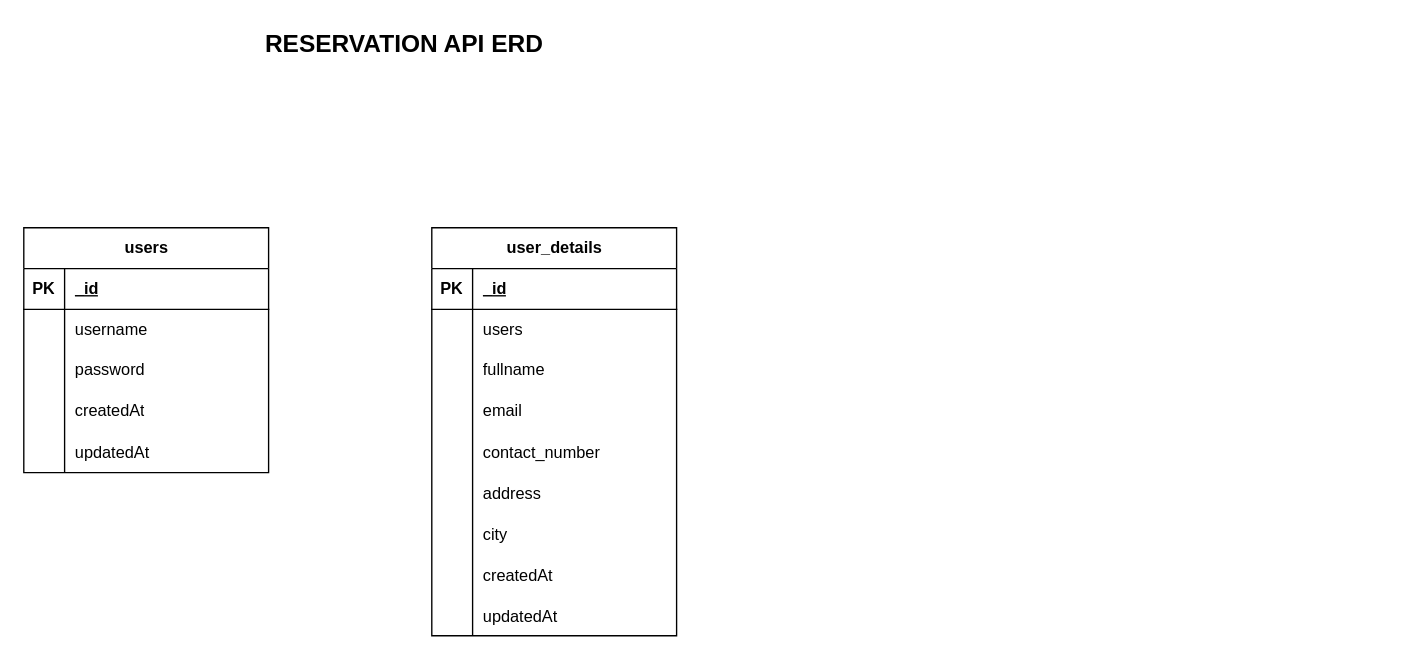
Above: Reservation-API-ERD.drawio in Jay200123/Reservation-API (draw.io), before the change. Source tidied: cells renumbered, new cells numbered last; positions are measured from the earlier drawing's top-left corner, leaving out a move shared by most shapes. Both pictures are drawn from the tidied source at 136%, with x=0, y=0 at pixel (23, 23).
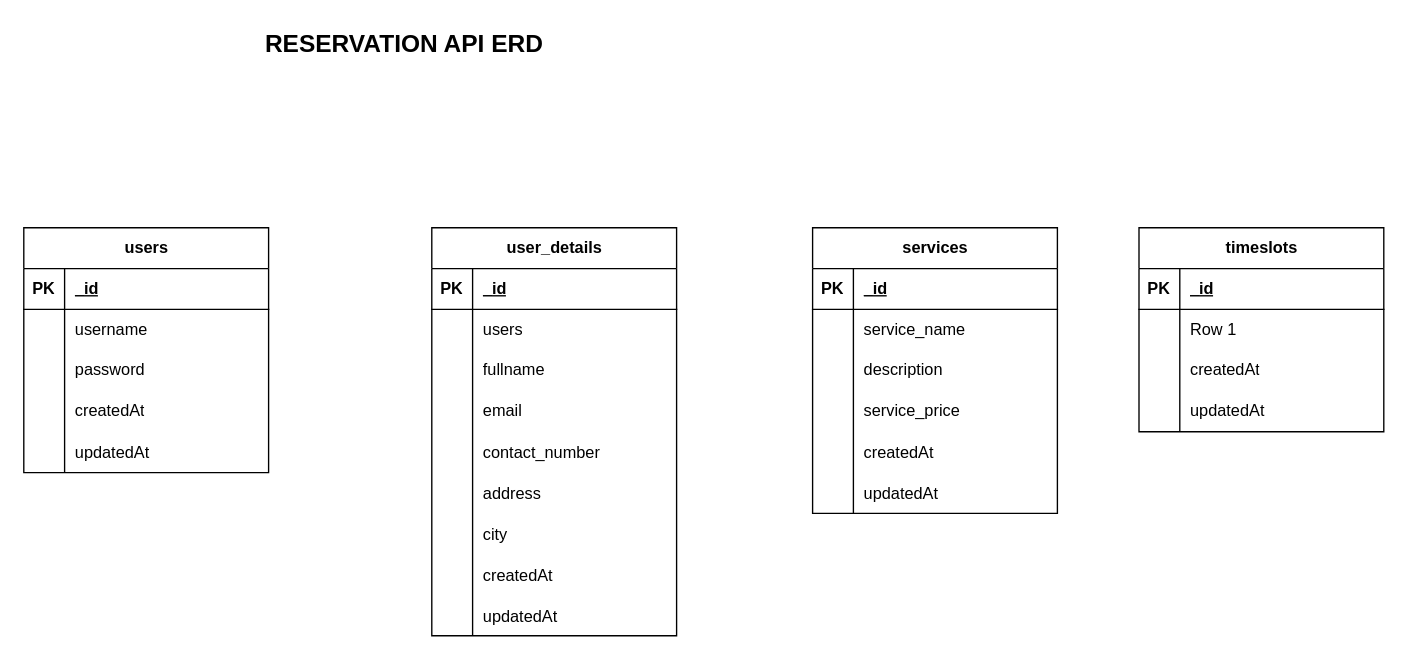
Above is the later version.

Commit message:
Changed Reservation API ERD

Change to the diagram source:
```diff
@@
+    <mxCell id="47" value="services" style="shape=table;startSize=30;childLayout=tableLayout;rowLines=0;fontStyle=1;align=center;html=1;" parent="1" vertex="1">
+      <mxGeometry x="580" y="150" width="180" height="210" as="geometry" />
+    </mxCell>
+    <mxCell id="48" style="shape=tableRow;horizontal=0;startSize=0;swimlaneHead=0;swimlaneBody=0;fillColor=none;top=0;left=0;right=0;bottom=1;" parent="47" vertex="1">
+      <mxGeometry y="30" width="180" height="30" as="geometry" />
+    </mxCell>
+    <mxCell id="49" value="PK" style="shape=partialRectangle;fillColor=none;top=0;left=0;bottom=0;right=0;fontStyle=1;overflow=hidden;whiteSpace=wrap;html=1;" parent="48" vertex="1">
+      <mxGeometry width="30" height="30" as="geometry" />
+    </mxCell>
+    <mxCell id="50" value="_id" style="shape=partialRectangle;fillColor=none;top=0;left=0;bottom=0;right=0;align=left;spacingLeft=6;fontStyle=5;overflow=hidden;whiteSpace=wrap;html=1;" parent="48" vertex="1">
+      <mxGeometry x="30" width="150" height="30" as="geometry" />
+    </mxCell>
+    <mxCell id="51" style="shape=tableRow;horizontal=0;startSize=0;swimlaneHead=0;swimlaneBody=0;fillColor=none;top=0;left=0;right=0;bottom=0;" parent="47" vertex="1">
+      <mxGeometry y="60" width="180" height="30" as="geometry" />
+    </mxCell>
+    <mxCell id="52" style="shape=partialRectangle;fillColor=none;top=0;left=0;bottom=0;right=0;overflow=hidden;whiteSpace=wrap;html=1;" parent="51" vertex="1">
+      <mxGeometry width="30" height="30" as="geometry" />
+    </mxCell>
+    <mxCell id="53" value="service_name" style="shape=partialRectangle;fillColor=none;top=0;left=0;bottom=0;right=0;align=left;spacingLeft=6;overflow=hidden;whiteSpace=wrap;html=1;" parent="51" vertex="1">
+      <mxGeometry x="30" width="150" height="30" as="geometry" />
+    </mxCell>
+    <mxCell id="54" style="shape=tableRow;horizontal=0;startSize=0;swimlaneHead=0;swimlaneBody=0;fillColor=none;top=0;left=0;right=0;bottom=0;" parent="47" vertex="1">
+      <mxGeometry y="90" width="180" height="30" as="geometry" />
+    </mxCell>
+    <mxCell id="55" style="shape=partialRectangle;fillColor=none;top=0;left=0;bottom=0;right=0;overflow=hidden;whiteSpace=wrap;html=1;" parent="54" vertex="1">
+      <mxGeometry width="30" height="30" as="geometry" />
+    </mxCell>
+    <mxCell id="56" value="description" style="shape=partialRectangle;fillColor=none;top=0;left=0;bottom=0;right=0;align=left;spacingLeft=6;overflow=hidden;whiteSpace=wrap;html=1;" parent="54" vertex="1">
+      <mxGeometry x="30" width="150" height="30" as="geometry" />
+    </mxCell>
+    <mxCell id="57" style="shape=tableRow;horizontal=0;startSize=0;swimlaneHead=0;swimlaneBody=0;fillColor=none;top=0;left=0;right=0;bottom=0;" parent="47" vertex="1">
+      <mxGeometry y="120" width="180" height="30" as="geometry" />
+    </mxCell>
+    <mxCell id="58" style="shape=partialRectangle;fillColor=none;top=0;left=0;bottom=0;right=0;overflow=hidden;whiteSpace=wrap;html=1;" parent="57" vertex="1">
+      <mxGeometry width="30" height="30" as="geometry" />
+    </mxCell>
+    <mxCell id="59" value="service_price" style="shape=partialRectangle;fillColor=none;top=0;left=0;bottom=0;right=0;align=left;spacingLeft=6;overflow=hidden;whiteSpace=wrap;html=1;" parent="57" vertex="1">
+      <mxGeometry x="30" width="150" height="30" as="geometry" />
+    </mxCell>
+    <mxCell id="60" style="shape=tableRow;horizontal=0;startSize=0;swimlaneHead=0;swimlaneBody=0;fillColor=none;top=0;left=0;right=0;bottom=0;" parent="47" vertex="1">
+      <mxGeometry y="150" width="180" height="30" as="geometry" />
+    </mxCell>
+    <mxCell id="61" style="shape=partialRectangle;fillColor=none;top=0;left=0;bottom=0;right=0;overflow=hidden;" parent="60" vertex="1">
+      <mxGeometry width="30" height="30" as="geometry" />
+    </mxCell>
+    <mxCell id="62" value="createdAt" style="shape=partialRectangle;fillColor=none;top=0;left=0;bottom=0;right=0;align=left;spacingLeft=6;overflow=hidden;" parent="60" vertex="1">
+      <mxGeometry x="30" width="150" height="30" as="geometry" />
+    </mxCell>
+    <mxCell id="63" style="shape=tableRow;horizontal=0;startSize=0;swimlaneHead=0;swimlaneBody=0;fillColor=none;top=0;left=0;right=0;bottom=0;" parent="47" vertex="1">
+      <mxGeometry y="180" width="180" height="30" as="geometry" />
+    </mxCell>
+    <mxCell id="64" style="shape=partialRectangle;fillColor=none;top=0;left=0;bottom=0;right=0;overflow=hidden;" parent="63" vertex="1">
+      <mxGeometry width="30" height="30" as="geometry" />
+    </mxCell>
+    <mxCell id="65" value="updatedAt" style="shape=partialRectangle;fillColor=none;top=0;left=0;bottom=0;right=0;align=left;spacingLeft=6;overflow=hidden;" parent="63" vertex="1">
+      <mxGeometry x="30" width="150" height="30" as="geometry" />
+    </mxCell>
+    <mxCell id="66" value="timeslots" style="shape=table;startSize=30;childLayout=tableLayout;rowLines=0;fontStyle=1;align=center;html=1;" parent="1" vertex="1">
+      <mxGeometry x="820" y="150" width="180" height="150" as="geometry" />
+    </mxCell>
+    <mxCell id="67" style="shape=tableRow;horizontal=0;startSize=0;swimlaneHead=0;swimlaneBody=0;fillColor=none;top=0;left=0;right=0;bottom=1;" parent="66" vertex="1">
+      <mxGeometry y="30" width="180" height="30" as="geometry" />
+    </mxCell>
+    <mxCell id="68" value="PK" style="shape=partialRectangle;fillColor=none;top=0;left=0;bottom=0;right=0;fontStyle=1;overflow=hidden;whiteSpace=wrap;html=1;" parent="67" vertex="1">
+      <mxGeometry width="30" height="30" as="geometry" />
+    </mxCell>
+    <mxCell id="69" value="_id" style="shape=partialRectangle;fillColor=none;top=0;left=0;bottom=0;right=0;align=left;spacingLeft=6;fontStyle=5;overflow=hidden;whiteSpace=wrap;html=1;" parent="67" vertex="1">
+      <mxGeometry x="30" width="150" height="30" as="geometry" />
+    </mxCell>
+    <mxCell id="70" style="shape=tableRow;horizontal=0;startSize=0;swimlaneHead=0;swimlaneBody=0;fillColor=none;top=0;left=0;right=0;bottom=0;" parent="66" vertex="1">
+      <mxGeometry y="60" width="180" height="30" as="geometry" />
+    </mxCell>
+    <mxCell id="71" style="shape=partialRectangle;fillColor=none;top=0;left=0;bottom=0;right=0;overflow=hidden;whiteSpace=wrap;html=1;" parent="70" vertex="1">
+      <mxGeometry width="30" height="30" as="geometry" />
+    </mxCell>
+    <mxCell id="72" value="Row 1" style="shape=partialRectangle;fillColor=none;top=0;left=0;bottom=0;right=0;align=left;spacingLeft=6;overflow=hidden;whiteSpace=wrap;html=1;" parent="70" vertex="1">
+      <mxGeometry x="30" width="150" height="30" as="geometry" />
+    </mxCell>
+    <mxCell id="73" style="shape=tableRow;horizontal=0;startSize=0;swimlaneHead=0;swimlaneBody=0;fillColor=none;top=0;left=0;right=0;bottom=0;" parent="66" vertex="1">
+      <mxGeometry y="90" width="180" height="30" as="geometry" />
+    </mxCell>
+    <mxCell id="74" style="shape=partialRectangle;fillColor=none;top=0;left=0;bottom=0;right=0;overflow=hidden;whiteSpace=wrap;html=1;" parent="73" vertex="1">
+      <mxGeometry width="30" height="30" as="geometry" />
+    </mxCell>
+    <mxCell id="75" value="createdAt" style="shape=partialRectangle;fillColor=none;top=0;left=0;bottom=0;right=0;align=left;spacingLeft=6;overflow=hidden;whiteSpace=wrap;html=1;" parent="73" vertex="1">
+      <mxGeometry x="30" width="150" height="30" as="geometry" />
+    </mxCell>
+    <mxCell id="76" style="shape=tableRow;horizontal=0;startSize=0;swimlaneHead=0;swimlaneBody=0;fillColor=none;top=0;left=0;right=0;bottom=0;" parent="66" vertex="1">
+      <mxGeometry y="120" width="180" height="30" as="geometry" />
+    </mxCell>
+    <mxCell id="77" style="shape=partialRectangle;fillColor=none;top=0;left=0;bottom=0;right=0;overflow=hidden;whiteSpace=wrap;html=1;" parent="76" vertex="1">
+      <mxGeometry width="30" height="30" as="geometry" />
+    </mxCell>
+    <mxCell id="78" value="updatedAt" style="shape=partialRectangle;fillColor=none;top=0;left=0;bottom=0;right=0;align=left;spacingLeft=6;overflow=hidden;whiteSpace=wrap;html=1;" parent="76" vertex="1">
+      <mxGeometry x="30" width="150" height="30" as="geometry" />
+    </mxCell>
```
